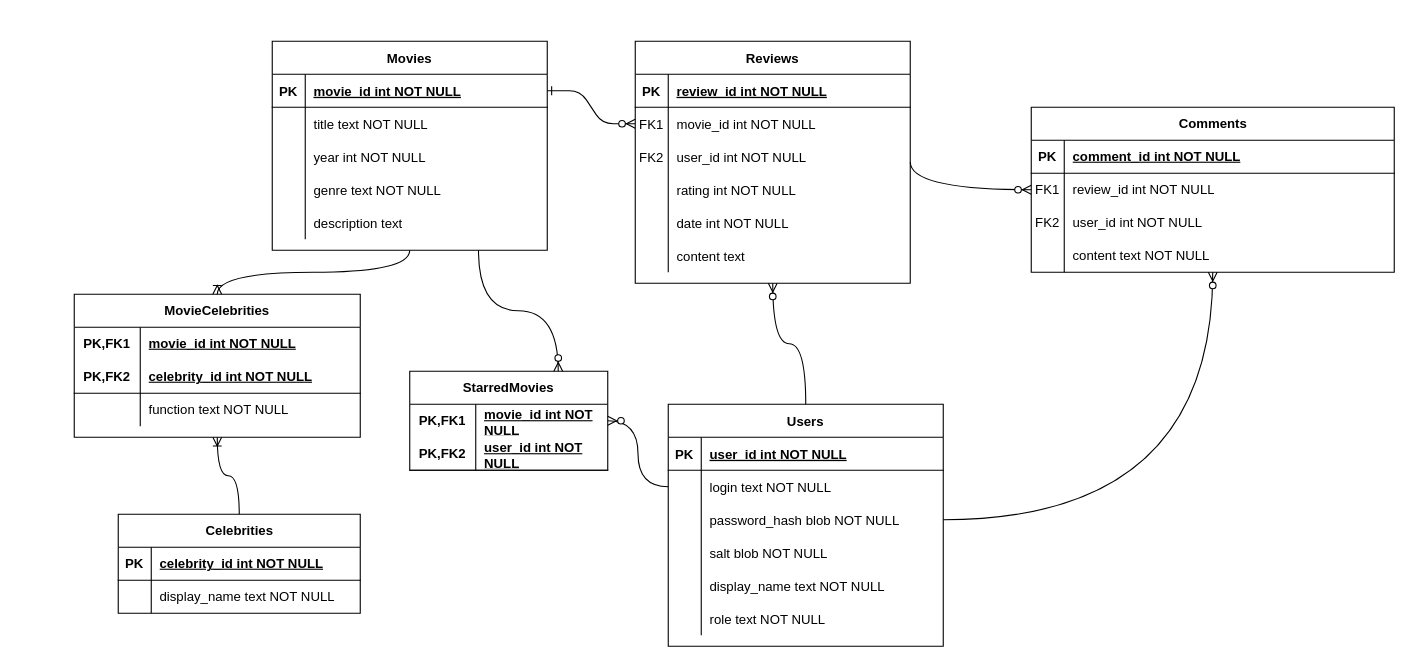
Earlier version of the draw.io diagram tab_erd.drawio (kamilszczepanik/RecommendationSystemFork2). Source tidied: cells renumbered, new cells numbered last; positions are measured from the earlier drawing's top-left corner, leaving out a move shared by most shapes. Both pictures are drawn from the tidied source at 110%, with x=0, y=0 at pixel (74, 41).
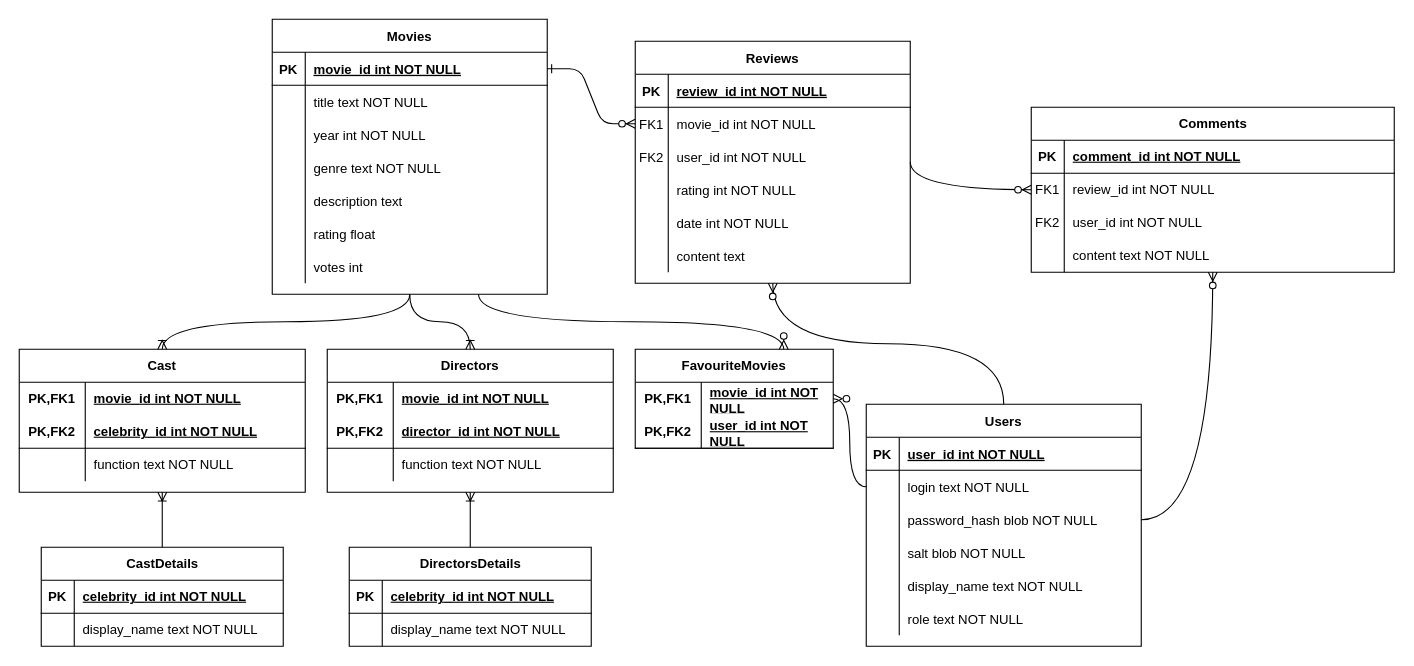
After the change.

Commit message:
Split directors and actors in erd

Change to the diagram source:
```diff
@@
     <mxCell id="22" value="Users" style="shape=table;startSize=30;childLayout=tableLayout;rowLines=0;fontStyle=1;align=center;" parent="1" vertex="1">
-      <mxGeometry x="540" y="330" width="250" height="220" as="geometry" />
+      <mxGeometry x="720" y="330" width="250" height="220" as="geometry" />
     </mxCell>
@@
     <mxCell id="41" value="Movies" style="shape=table;startSize=30;childLayout=tableLayout;rowLines=0;fontStyle=1;align=center;" parent="1" vertex="1">
-      <mxGeometry x="180" width="250" height="190" as="geometry" />
+      <mxGeometry x="180" y="-20" width="250" height="250" as="geometry" />
     </mxCell>
@@
+    <mxCell id="101" style="shape=partialRectangle;fillColor=none;top=0;left=0;right=0;bottom=0;" parent="41" vertex="1">
+      <mxGeometry y="180" width="250" height="30" as="geometry" />
+    </mxCell>
+    <mxCell id="102" style="shape=partialRectangle;overflow=hidden;fillColor=none;top=0;left=0;bottom=0;right=0;" parent="101" vertex="1">
+      <mxGeometry width="30" height="30" as="geometry" />
+    </mxCell>
+    <mxCell id="103" value="rating float" style="shape=partialRectangle;overflow=hidden;fillColor=none;top=0;left=0;bottom=0;right=0;align=left;spacingLeft=6;" parent="101" vertex="1">
+      <mxGeometry x="30" width="220" height="30" as="geometry" />
+    </mxCell>
+    <mxCell id="104" style="shape=partialRectangle;fillColor=none;top=0;left=0;right=0;bottom=0;" parent="41" vertex="1">
+      <mxGeometry y="210" width="250" height="30" as="geometry" />
+    </mxCell>
+    <mxCell id="105" style="shape=partialRectangle;overflow=hidden;fillColor=none;top=0;left=0;bottom=0;right=0;" parent="104" vertex="1">
+      <mxGeometry width="30" height="30" as="geometry" />
+    </mxCell>
+    <mxCell id="106" value="votes int" style="shape=partialRectangle;overflow=hidden;fillColor=none;top=0;left=0;bottom=0;right=0;align=left;spacingLeft=6;" parent="104" vertex="1">
+      <mxGeometry x="30" width="220" height="30" as="geometry" />
+    </mxCell>
@@
-    <mxCell id="58" value="Celebrities" style="shape=table;startSize=30;childLayout=tableLayout;rowLines=0;fontStyle=1;align=center;html=1;" parent="1" vertex="1">
-      <mxGeometry x="40" y="430" width="220" height="90" as="geometry" />
+    <mxCell id="58" value="CastDetails" style="shape=table;startSize=30;childLayout=tableLayout;rowLines=0;fontStyle=1;align=center;html=1;" parent="1" vertex="1">
+      <mxGeometry x="-30" y="460" width="220" height="90" as="geometry" />
     </mxCell>
@@
-    <mxCell id="65" value="MovieCelebrities" style="shape=table;startSize=30;childLayout=tableLayout;rowLines=0;fontStyle=1;align=center;html=1;whiteSpace=wrap;" parent="1" vertex="1">
-      <mxGeometry y="230" width="260" height="130" as="geometry" />
+    <mxCell id="65" value="Cast" style="shape=table;startSize=30;childLayout=tableLayout;rowLines=0;fontStyle=1;align=center;html=1;whiteSpace=wrap;" parent="1" vertex="1">
+      <mxGeometry x="-50" y="280" width="260" height="130" as="geometry" />
     </mxCell>
@@
-    <mxCell id="77" value="StarredMovies" style="shape=table;startSize=30;childLayout=tableLayout;rowLines=0;fontStyle=1;align=center;html=1;whiteSpace=wrap;" parent="1" vertex="1">
-      <mxGeometry x="305" y="300" width="180" height="90" as="geometry" />
+    <mxCell id="77" value="FavouriteMovies" style="shape=table;startSize=30;childLayout=tableLayout;rowLines=0;fontStyle=1;align=center;html=1;whiteSpace=wrap;" parent="1" vertex="1">
+      <mxGeometry x="510" y="280" width="180" height="90" as="geometry" />
     </mxCell>
@@
+    <mxCell id="107" value="Directors" style="shape=table;startSize=30;childLayout=tableLayout;rowLines=0;fontStyle=1;align=center;html=1;whiteSpace=wrap;" parent="1" vertex="1">
+      <mxGeometry x="230" y="280" width="260" height="130" as="geometry" />
+    </mxCell>
+    <mxCell id="108" style="shape=tableRow;horizontal=0;startSize=0;swimlaneHead=0;swimlaneBody=0;fillColor=none;top=0;left=0;right=0;bottom=0;html=1;" parent="107" vertex="1">
+      <mxGeometry y="30" width="260" height="30" as="geometry" />
+    </mxCell>
+    <mxCell id="109" value="PK,FK1" style="shape=partialRectangle;fillColor=none;top=0;left=0;bottom=0;right=0;fontStyle=1;overflow=hidden;html=1;whiteSpace=wrap;" parent="108" vertex="1">
+      <mxGeometry width="60" height="30" as="geometry" />
+    </mxCell>
+    <mxCell id="110" value="movie_id int NOT NULL" style="shape=partialRectangle;fillColor=none;top=0;left=0;bottom=0;right=0;align=left;spacingLeft=6;fontStyle=5;overflow=hidden;html=1;whiteSpace=wrap;" parent="108" vertex="1">
+      <mxGeometry x="60" width="200" height="30" as="geometry" />
+    </mxCell>
+    <mxCell id="111" style="shape=tableRow;horizontal=0;startSize=0;swimlaneHead=0;swimlaneBody=0;fillColor=none;top=0;left=0;right=0;bottom=1;html=1;" parent="107" vertex="1">
+      <mxGeometry y="60" width="260" height="30" as="geometry" />
+    </mxCell>
+    <mxCell id="112" value="PK,FK2" style="shape=partialRectangle;fillColor=none;top=0;left=0;bottom=0;right=0;fontStyle=1;overflow=hidden;html=1;whiteSpace=wrap;" parent="111" vertex="1">
+      <mxGeometry width="60" height="30" as="geometry" />
+    </mxCell>
+    <mxCell id="113" value="director_id int NOT NULL" style="shape=partialRectangle;fillColor=none;top=0;left=0;bottom=0;right=0;align=left;spacingLeft=6;fontStyle=5;overflow=hidden;html=1;whiteSpace=wrap;" parent="111" vertex="1">
+      <mxGeometry x="60" width="200" height="30" as="geometry" />
+    </mxCell>
+    <mxCell id="114" style="shape=tableRow;horizontal=0;startSize=0;swimlaneHead=0;swimlaneBody=0;fillColor=none;top=0;left=0;right=0;bottom=0;html=1;" parent="107" vertex="1">
+      <mxGeometry y="90" width="260" height="30" as="geometry" />
+    </mxCell>
+    <mxCell id="115" style="shape=partialRectangle;fillColor=none;top=0;left=0;bottom=0;right=0;overflow=hidden;html=1;whiteSpace=wrap;" parent="114" vertex="1">
+      <mxGeometry width="60" height="30" as="geometry" />
+    </mxCell>
+    <mxCell id="116" value="function text NOT NULL" style="shape=partialRectangle;fillColor=none;top=0;left=0;bottom=0;right=0;align=left;spacingLeft=6;overflow=hidden;html=1;whiteSpace=wrap;" parent="114" vertex="1">
+      <mxGeometry x="60" width="200" height="30" as="geometry" />
+    </mxCell>
+    <mxCell id="117" style="edgeStyle=orthogonalEdgeStyle;fontSize=12;html=1;endArrow=ERoneToMany;rounded=0;curved=1;exitX=0.5;exitY=1;exitDx=0;exitDy=0;" parent="1" edge="1" source="41" target="107">
+      <mxGeometry relative="1" as="geometry" />
+    </mxCell>
+    <mxCell id="118" value="DirectorsDetails" style="shape=table;startSize=30;childLayout=tableLayout;rowLines=0;fontStyle=1;align=center;html=1;" parent="1" vertex="1">
+      <mxGeometry x="250" y="460" width="220" height="90" as="geometry" />
+    </mxCell>
+    <mxCell id="119" style="shape=tableRow;horizontal=0;startSize=0;swimlaneHead=0;swimlaneBody=0;fillColor=none;top=0;left=0;right=0;bottom=1;" parent="118" vertex="1">
+      <mxGeometry y="30" width="220" height="30" as="geometry" />
+    </mxCell>
+    <mxCell id="120" value="PK" style="shape=partialRectangle;fillColor=none;top=0;left=0;bottom=0;right=0;fontStyle=1;overflow=hidden;whiteSpace=wrap;html=1;" parent="119" vertex="1">
+      <mxGeometry width="30" height="30" as="geometry" />
+    </mxCell>
+    <mxCell id="121" value="celebrity_id int NOT NULL" style="shape=partialRectangle;fillColor=none;top=0;left=0;bottom=0;right=0;align=left;spacingLeft=6;fontStyle=5;overflow=hidden;whiteSpace=wrap;html=1;" parent="119" vertex="1">
+      <mxGeometry x="30" width="190" height="30" as="geometry" />
+    </mxCell>
+    <mxCell id="122" style="shape=tableRow;horizontal=0;startSize=0;swimlaneHead=0;swimlaneBody=0;fillColor=none;top=0;left=0;right=0;bottom=0;" parent="118" vertex="1">
+      <mxGeometry y="60" width="220" height="30" as="geometry" />
+    </mxCell>
+    <mxCell id="123" style="shape=partialRectangle;fillColor=none;top=0;left=0;bottom=0;right=0;overflow=hidden;whiteSpace=wrap;html=1;" parent="122" vertex="1">
+      <mxGeometry width="30" height="30" as="geometry" />
+    </mxCell>
+    <mxCell id="124" value="display_name text NOT NULL" style="shape=partialRectangle;fillColor=none;top=0;left=0;bottom=0;right=0;align=left;spacingLeft=6;overflow=hidden;whiteSpace=wrap;html=1;" parent="122" vertex="1">
+      <mxGeometry x="30" width="190" height="30" as="geometry" />
+    </mxCell>
+    <mxCell id="125" style="edgeStyle=orthogonalEdgeStyle;fontSize=12;html=1;endArrow=ERoneToMany;rounded=0;curved=1;entryX=0.5;entryY=1;entryDx=0;entryDy=0;" parent="1" edge="1" source="118" target="107">
+      <mxGeometry relative="1" as="geometry" />
+    </mxCell>
```
